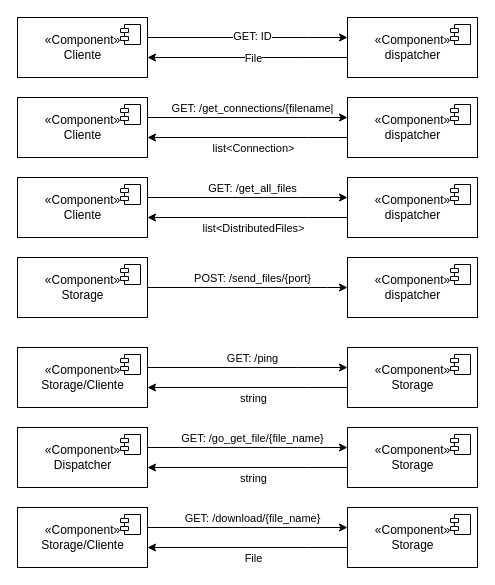
This is page "comunicacion" (3 of 3) of diagramas/diagramas.drawio from dhasane/gestor-informacion, a draw.io file, before an edit. Source tidied: cells renumbered, new cells numbered last; positions are measured from the earlier drawing's top-left corner, leaving out a move shared by most shapes. Both pictures are drawn from the tidied source at 100%, with x=0, y=0 at pixel (17, 17).
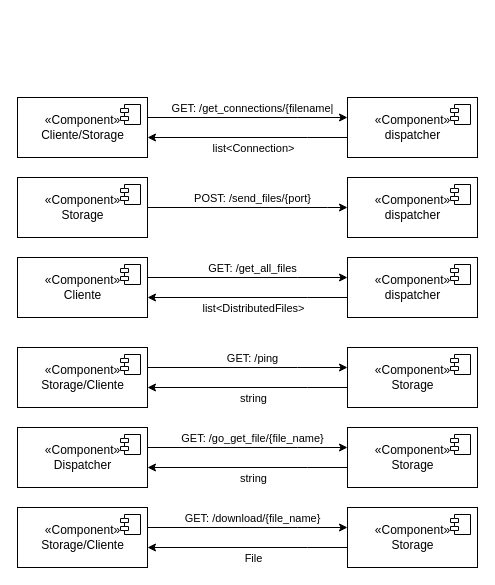
The same diagram, later.

Diff of the diagram source:
```diff
@@
-    <mxCell id="2" style="edgeStyle=orthogonalEdgeStyle;rounded=0;jettySize=auto;html=1;" parent="1" edge="1" source="4" target="8">
-      <mxGeometry relative="1" as="geometry">
-        <Array as="points">
-          <mxPoint x="280" y="40" />
-          <mxPoint x="280" y="40" />
-        </Array>
-      </mxGeometry>
-    </mxCell>
-    <mxCell id="3" value="File" style="edgeLabel;html=1;align=center;verticalAlign=middle;" parent="2" vertex="1">
-      <mxGeometry x="-0.05" relative="1" as="geometry" />
-    </mxCell>
-    <mxCell id="4" value="«Component»&lt;br&gt;dispatcher" style="html=1;" parent="1" vertex="1">
-      <mxGeometry x="330" width="130" height="60" as="geometry" />
-    </mxCell>
-    <mxCell id="5" style="shape=module;jettyWidth=8;jettyHeight=4;" parent="4" vertex="1">
-      <mxGeometry x="1" width="20" height="20" relative="1" as="geometry">
-        <mxPoint x="-27" y="7" as="offset" />
-      </mxGeometry>
-    </mxCell>
-    <mxCell id="6" style="edgeStyle=orthogonalEdgeStyle;rounded=0;jettySize=auto;html=1;" parent="1" edge="1" source="8" target="4">
-      <mxGeometry relative="1" as="geometry">
-        <Array as="points">
-          <mxPoint x="290" y="20" />
-          <mxPoint x="290" y="20" />
-        </Array>
-      </mxGeometry>
-    </mxCell>
-    <mxCell id="7" value="GET: ID" style="edgeLabel;html=1;align=center;verticalAlign=middle;" parent="6" vertex="1">
-      <mxGeometry x="0.04" y="2" relative="1" as="geometry" />
-    </mxCell>
-    <mxCell id="8" value="«Component»&lt;br&gt;Cliente" style="html=1;" parent="1" vertex="1">
-      <mxGeometry width="130" height="60" as="geometry" />
-    </mxCell>
-    <mxCell id="9" style="shape=module;jettyWidth=8;jettyHeight=4;" parent="8" vertex="1">
-      <mxGeometry x="1" width="20" height="20" relative="1" as="geometry">
-        <mxPoint x="-27" y="7" as="offset" />
-      </mxGeometry>
-    </mxCell>
@@
-    <mxCell id="16" value="«Component»&lt;br&gt;Cliente" style="html=1;" parent="1" vertex="1">
+    <mxCell id="16" value="«Component»&lt;br&gt;Cliente/Storage" style="html=1;" parent="1" vertex="1">
       <mxGeometry y="80" width="130" height="60" as="geometry" />
     </mxCell>
@@
     <mxCell id="18" style="edgeStyle=orthogonalEdgeStyle;rounded=0;jettySize=auto;html=1;" parent="1" edge="1" source="20" target="24">
       <mxGeometry relative="1" as="geometry">
         <Array as="points">
-          <mxPoint x="290" y="200" />
-          <mxPoint x="290" y="200" />
+          <mxPoint x="290" y="280" />
+          <mxPoint x="290" y="280" />
         </Array>
       </mxGeometry>
     </mxCell>
@@
     <mxCell id="20" value="«Component»&lt;br&gt;dispatcher" style="html=1;" parent="1" vertex="1">
-      <mxGeometry x="330" y="160" width="130" height="60" as="geometry" />
+      <mxGeometry x="330" y="240" width="130" height="60" as="geometry" />
     </mxCell>
@@
     <mxCell id="22" style="edgeStyle=orthogonalEdgeStyle;rounded=0;jettySize=auto;html=1;" parent="1" edge="1" source="24" target="20">
       <mxGeometry relative="1" as="geometry">
         <Array as="points">
-          <mxPoint x="280" y="180" />
-          <mxPoint x="280" y="180" />
+          <mxPoint x="280" y="260" />
+          <mxPoint x="280" y="260" />
         </Array>
       </mxGeometry>
     </mxCell>
@@
     <mxCell id="24" value="«Component»&lt;br&gt;Cliente" style="html=1;" parent="1" vertex="1">
-      <mxGeometry y="160" width="130" height="60" as="geometry" />
+      <mxGeometry y="240" width="130" height="60" as="geometry" />
     </mxCell>
@@
     <mxCell id="26" value="«Component»&lt;br&gt;dispatcher" style="html=1;" parent="1" vertex="1">
-      <mxGeometry x="330" y="240" width="130" height="60" as="geometry" />
+      <mxGeometry x="330" y="160" width="130" height="60" as="geometry" />
     </mxCell>
@@
     <mxCell id="28" style="edgeStyle=orthogonalEdgeStyle;rounded=0;jettySize=auto;html=1;" parent="1" edge="1" source="30" target="26">
       <mxGeometry relative="1" as="geometry">
         <Array as="points">
-          <mxPoint x="310" y="270" />
-          <mxPoint x="310" y="270" />
+          <mxPoint x="310" y="190" />
+          <mxPoint x="310" y="190" />
         </Array>
       </mxGeometry>
     </mxCell>
@@
     <mxCell id="30" value="«Component»&lt;br&gt;Storage" style="html=1;" parent="1" vertex="1">
-      <mxGeometry y="240" width="130" height="60" as="geometry" />
+      <mxGeometry y="160" width="130" height="60" as="geometry" />
     </mxCell>
```
